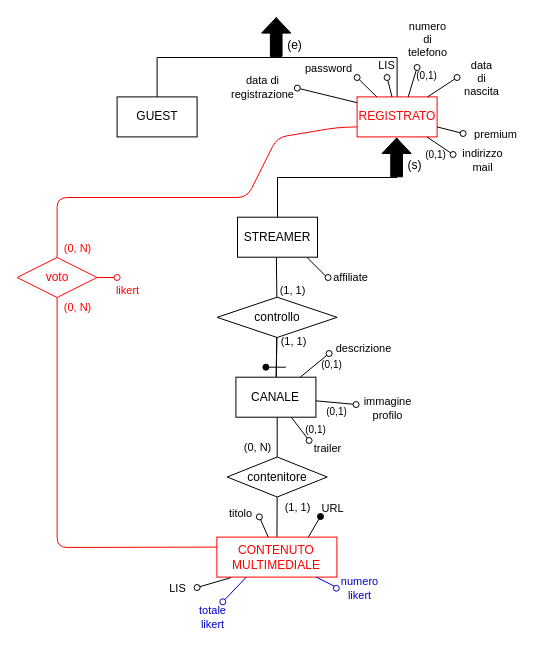
Before: Progetto Esame - DBSperimentazioni A.A. 2023-2024/Diagrammi/ridondanze/2.3.1.1_rid_1_cor.drawio in Mattron2000/Basi_di_dati, a draw.io diagram. Source tidied: cells renumbered, new cells numbered last; positions are measured from the earlier drawing's top-left corner, leaving out a move shared by most shapes. Both pictures are drawn from the tidied source at 100%, with x=0, y=0 at pixel (17, 17).
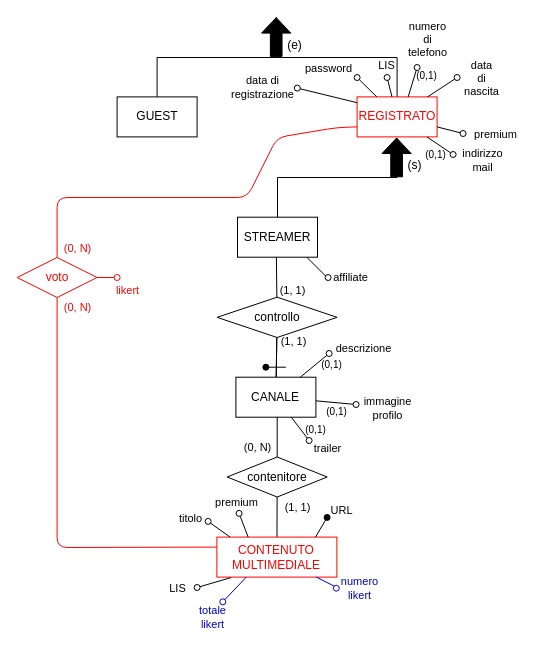
Above is the later version.

Unchanged cells that the change refers to:
```xml
<mxCell id="42" value="&lt;font color=&quot;#ff0000&quot;&gt;CONTENUTO&lt;br&gt;MULTIMEDIALE&lt;/font&gt;" style="rounded=0;whiteSpace=wrap;html=1;strokeColor=#FF0000;" parent="1" vertex="1">
  <mxGeometry x="199.4" y="519.6" width="120" height="40" as="geometry" />
</mxCell>
```

Change to the diagram source:
```diff
@@
-    <mxCell id="43" style="endArrow=oval;html=1;fillStyle=auto;strokeWidth=1;startSize=6;endSize=6;fillColor=#000000;startArrow=none;startFill=0;endFill=0;" parent="1" edge="1" source="42">
-      <mxGeometry relative="1" as="geometry">
-        <mxPoint x="241.9" y="499.4" as="targetPoint" />
-      </mxGeometry>
-    </mxCell>
-    <mxCell id="44" value="titolo" style="edgeLabel;html=1;align=center;verticalAlign=middle;" parent="43" vertex="1">
-      <mxGeometry x="0.48" y="1" relative="1" as="geometry">
-        <mxPoint x="-21" y="-10" as="offset" />
-      </mxGeometry>
-    </mxCell>
@@
-    <mxCell id="67" value="&lt;font style=&quot;font-size: 11px;&quot;&gt;URL&lt;/font&gt;" style="text;html=1;align=center;verticalAlign=middle;strokeColor=none;fillColor=none;" parent="1" vertex="1">
-      <mxGeometry x="289.6" y="476" width="50" height="30" as="geometry" />
-    </mxCell>
@@
-    <mxCell id="70" style="endArrow=oval;html=1;fillStyle=auto;strokeWidth=1;startSize=6;endSize=6;fillColor=#000000;startArrow=none;startFill=0;endFill=1;exitX=0.763;exitY=-0.005;exitDx=0;exitDy=0;exitPerimeter=0;" parent="1" edge="1" source="42">
-      <mxGeometry relative="1" as="geometry">
-        <mxPoint x="303" y="499" as="targetPoint" />
-      </mxGeometry>
-    </mxCell>
+    <mxCell id="71" style="endArrow=oval;html=1;fillStyle=auto;strokeWidth=1;startSize=6;endSize=6;fillColor=#000000;startArrow=none;startFill=0;endFill=0;exitX=0.109;exitY=0.001;exitDx=0;exitDy=0;exitPerimeter=0;" parent="1" edge="1">
+      <mxGeometry relative="1" as="geometry">
+        <mxPoint x="212.5" y="519.5" as="sourcePoint" />
+        <mxPoint x="190.6" y="503.9" as="targetPoint" />
+      </mxGeometry>
+    </mxCell>
+    <mxCell id="44" value="titolo" style="edgeLabel;html=1;align=center;verticalAlign=middle;" parent="71" vertex="1">
+      <mxGeometry x="0.48" y="1" relative="1" as="geometry">
+        <mxPoint x="-23" y="-8" as="offset" />
+      </mxGeometry>
+    </mxCell>
+    <mxCell id="72" style="edgeStyle=none;shape=connector;rounded=1;fillStyle=auto;html=1;labelBackgroundColor=default;strokeColor=default;strokeWidth=1;fontFamily=Helvetica;fontSize=11;fontColor=default;endArrow=none;endFill=0;startSize=6;endSize=6;fillColor=#000000;startArrow=oval;startFill=0;" parent="1" edge="1">
+      <mxGeometry relative="1" as="geometry">
+        <mxPoint x="221.6" y="495.9" as="sourcePoint" />
+        <mxPoint x="230.6" y="519.5" as="targetPoint" />
+      </mxGeometry>
+    </mxCell>
+    <mxCell id="73" value="premium" style="edgeLabel;html=1;align=center;verticalAlign=middle;fontSize=11;fontFamily=Helvetica;fontColor=default;" parent="72" vertex="1">
+      <mxGeometry x="-0.26" y="1" relative="1" as="geometry">
+        <mxPoint x="-7" y="-19" as="offset" />
+      </mxGeometry>
+    </mxCell>
+    <mxCell id="67" value="&lt;font style=&quot;font-size: 11px;&quot;&gt;URL&lt;/font&gt;" style="text;html=1;align=center;verticalAlign=middle;strokeColor=none;fillColor=none;" parent="1" vertex="1">
+      <mxGeometry x="299" y="478.4" width="50" height="30" as="geometry" />
+    </mxCell>
+    <mxCell id="74" style="endArrow=oval;html=1;fillStyle=auto;strokeWidth=1;startSize=6;endSize=6;fillColor=#000000;startArrow=none;startFill=0;endFill=1;exitX=0.821;exitY=0.003;exitDx=0;exitDy=0;exitPerimeter=0;" parent="1" edge="1">
+      <mxGeometry relative="1" as="geometry">
+        <mxPoint x="298" y="519.6" as="sourcePoint" />
+        <mxPoint x="309.6" y="499.9" as="targetPoint" />
+      </mxGeometry>
+    </mxCell>
```
